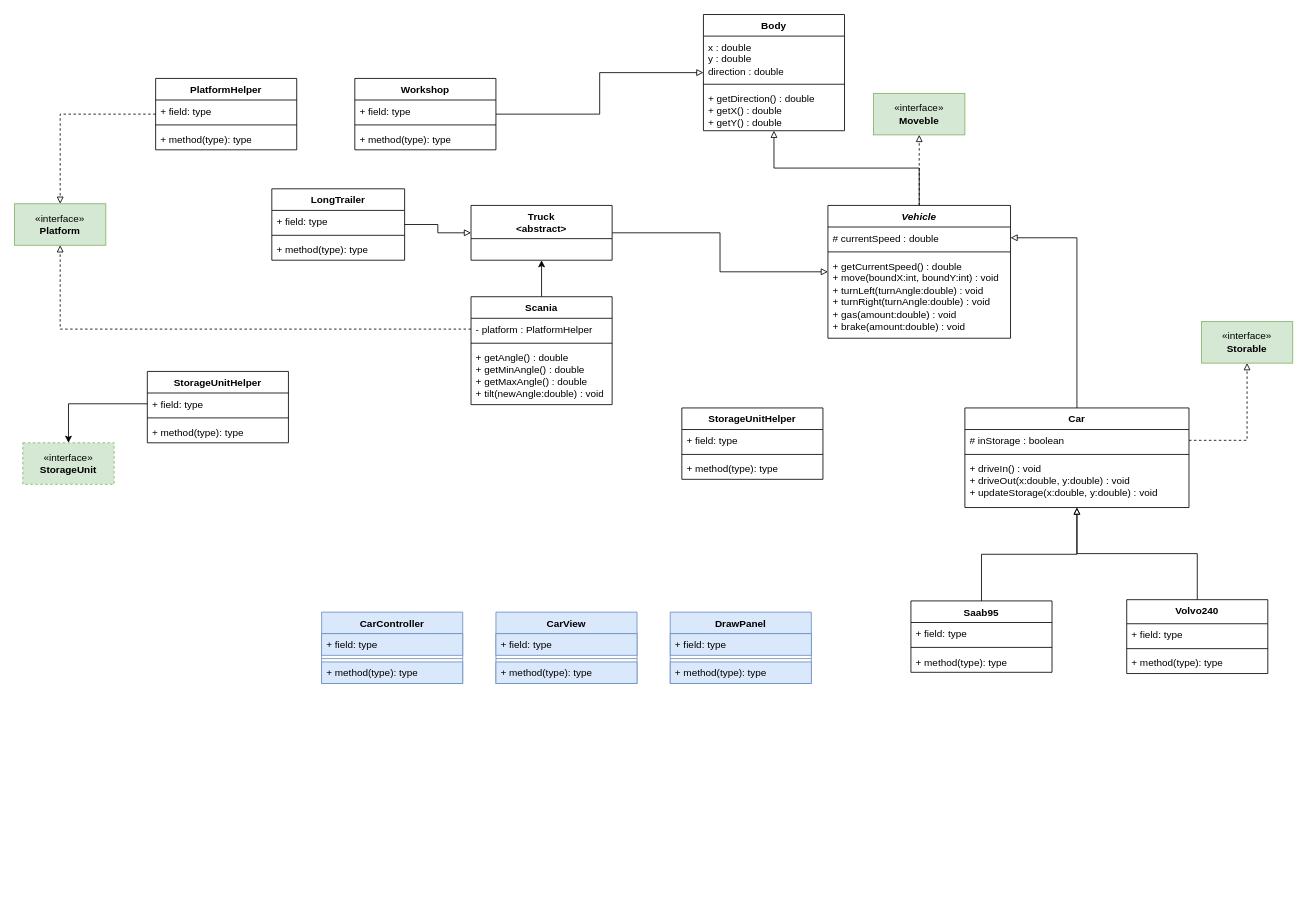
Before: Labb3pre.drawio in ErikFogelstrand/lab1-riktig, a draw.io diagram. Source tidied: cells renumbered, new cells numbered last; positions are measured from the earlier drawing's top-left corner, leaving out a move shared by most shapes. Both pictures are drawn from the tidied source at 83%, with x=0, y=0 at pixel (14, 14).
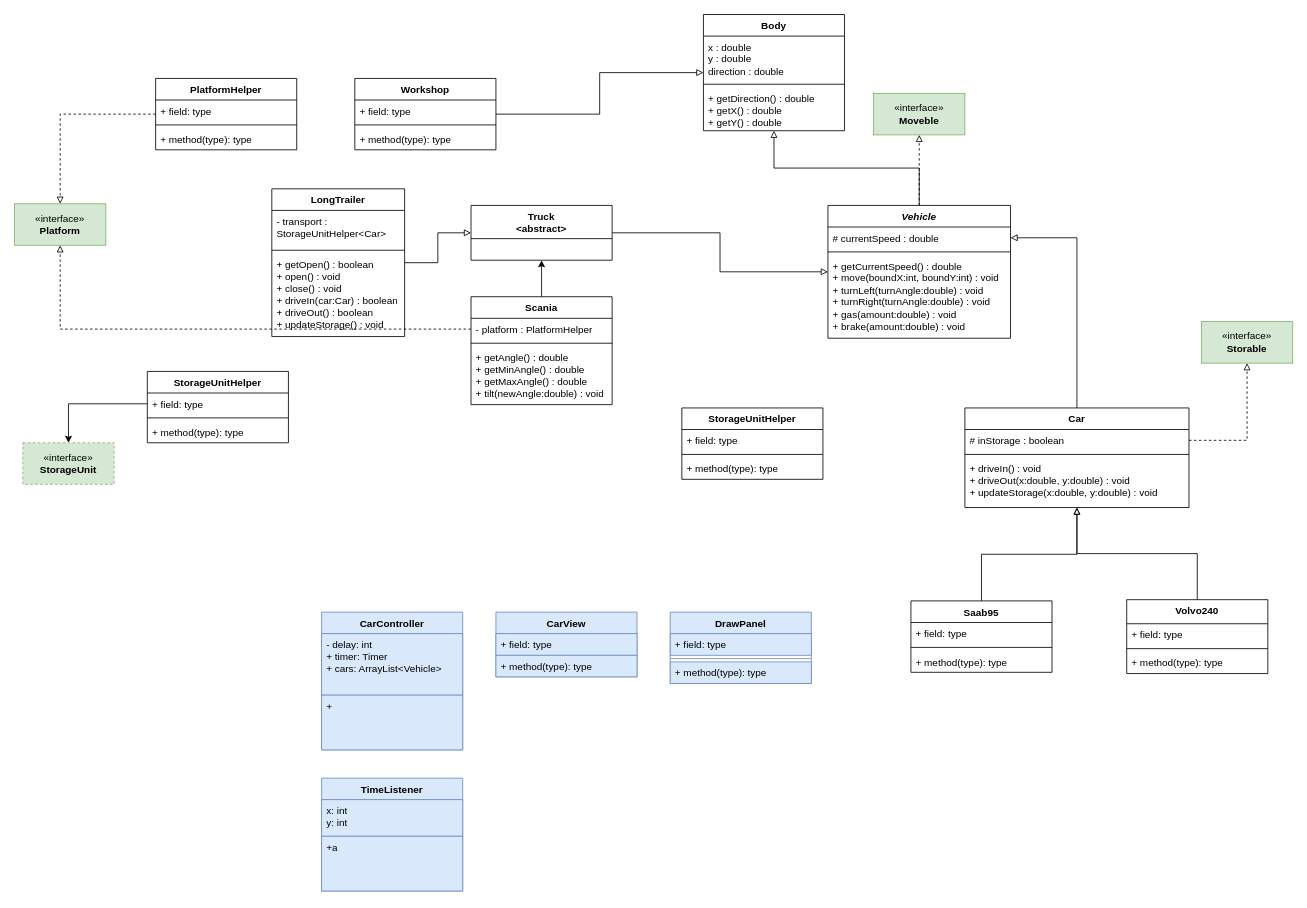
The same page after the edit.

The edit, as a diff of the source:
```diff
@@
     <mxCell id="11" value="CarController" style="swimlane;fontStyle=1;align=center;verticalAlign=top;horizontal=1;startSize=26;whiteSpace=wrap;html=1;fillColor=#dae8fc;strokeColor=#6c8ebf;" parent="1" vertex="1">
-      <mxGeometry x="370" y="720" width="170" height="86" as="geometry" />
+      <mxGeometry x="370" y="720" width="170" height="166" as="geometry" />
     </mxCell>
-    <mxCell id="12" value="+ field: type" style="text;strokeColor=#6c8ebf;fillColor=#dae8fc;align=left;verticalAlign=top;spacingLeft=4;spacingRight=4;overflow=hidden;whiteSpace=wrap;html=1;" parent="11" vertex="1">
-      <mxGeometry y="26" width="170" height="26" as="geometry" />
+    <mxCell id="12" value="&lt;div&gt;- delay: int&lt;/div&gt;&lt;div&gt;+ timer: Timer&lt;/div&gt;&lt;div&gt;+ cars: ArrayList&amp;lt;Vehicle&amp;gt;&lt;br&gt;&lt;/div&gt;" style="text;strokeColor=#6c8ebf;fillColor=#dae8fc;align=left;verticalAlign=top;spacingLeft=4;spacingRight=4;overflow=hidden;whiteSpace=wrap;html=1;" parent="11" vertex="1">
+      <mxGeometry y="26" width="170" height="74" as="geometry" />
     </mxCell>
-    <mxCell id="13" style="line;strokeWidth=1;fillColor=#dae8fc;align=left;verticalAlign=middle;spacingTop=-1;spacingLeft=3;spacingRight=3;labelPosition=right;strokeColor=#6c8ebf;" parent="11" vertex="1">
-      <mxGeometry y="52" width="170" height="8" as="geometry" />
-    </mxCell>
-    <mxCell id="14" value="+ method(type): type" style="text;strokeColor=#6c8ebf;fillColor=#dae8fc;align=left;verticalAlign=top;spacingLeft=4;spacingRight=4;overflow=hidden;whiteSpace=wrap;html=1;" parent="11" vertex="1">
-      <mxGeometry y="60" width="170" height="26" as="geometry" />
+    <mxCell id="14" value="+ " style="text;strokeColor=#6c8ebf;fillColor=#dae8fc;align=left;verticalAlign=top;spacingLeft=4;spacingRight=4;overflow=hidden;whiteSpace=wrap;html=1;" parent="11" vertex="1">
+      <mxGeometry y="100" width="170" height="66" as="geometry" />
     </mxCell>
     <mxCell id="15" value="CarView" style="swimlane;fontStyle=1;align=center;verticalAlign=top;horizontal=1;startSize=26;whiteSpace=wrap;html=1;fillColor=#dae8fc;strokeColor=#6c8ebf;" parent="1" vertex="1">
-      <mxGeometry x="580" y="720" width="170" height="86" as="geometry" />
+      <mxGeometry x="580" y="720" width="170" height="78" as="geometry" />
     </mxCell>
@@
-    <mxCell id="17" style="line;strokeWidth=1;fillColor=#dae8fc;align=left;verticalAlign=middle;spacingTop=-1;spacingLeft=3;spacingRight=3;labelPosition=right;strokeColor=#6c8ebf;" parent="15" vertex="1">
-      <mxGeometry y="52" width="170" height="8" as="geometry" />
-    </mxCell>
     <mxCell id="18" value="+ method(type): type" style="text;strokeColor=#6c8ebf;fillColor=#dae8fc;align=left;verticalAlign=top;spacingLeft=4;spacingRight=4;overflow=hidden;whiteSpace=wrap;html=1;" parent="15" vertex="1">
-      <mxGeometry y="60" width="170" height="26" as="geometry" />
+      <mxGeometry y="52" width="170" height="26" as="geometry" />
     </mxCell>
@@
     <mxCell id="71" value="&lt;div&gt;LongTrailer&lt;/div&gt;" style="swimlane;fontStyle=1;align=center;verticalAlign=top;horizontal=1;startSize=26;whiteSpace=wrap;html=1;" parent="1" vertex="1">
-      <mxGeometry x="310" y="210" width="160" height="86" as="geometry" />
+      <mxGeometry x="310" y="210" width="160" height="178" as="geometry" />
     </mxCell>
-    <mxCell id="72" value="+ field: type" style="text;strokeColor=none;fillColor=none;align=left;verticalAlign=top;spacingLeft=4;spacingRight=4;overflow=hidden;whiteSpace=wrap;html=1;" parent="71" vertex="1">
-      <mxGeometry y="26" width="160" height="26" as="geometry" />
+    <mxCell id="72" value="- transport : StorageUnitHelper&amp;lt;Car&amp;gt;" style="text;strokeColor=none;fillColor=none;align=left;verticalAlign=top;spacingLeft=4;spacingRight=4;overflow=hidden;whiteSpace=wrap;html=1;" parent="71" vertex="1">
+      <mxGeometry y="26" width="160" height="44" as="geometry" />
     </mxCell>
     <mxCell id="73" style="line;strokeWidth=1;fillColor=none;align=left;verticalAlign=middle;spacingTop=-1;spacingLeft=3;spacingRight=3;labelPosition=right;strokeColor=inherit;" parent="71" vertex="1">
-      <mxGeometry y="52" width="160" height="8" as="geometry" />
+      <mxGeometry y="70" width="160" height="8" as="geometry" />
     </mxCell>
-    <mxCell id="74" value="+ method(type): type" style="text;strokeColor=none;fillColor=none;align=left;verticalAlign=top;spacingLeft=4;spacingRight=4;overflow=hidden;whiteSpace=wrap;html=1;" parent="71" vertex="1">
-      <mxGeometry y="60" width="160" height="26" as="geometry" />
+    <mxCell id="74" value="+ getOpen() : boolean&lt;br&gt;+ open() : void&lt;br&gt;+ close() : void&lt;br&gt;+ driveIn(car:Car) : boolean&lt;br&gt;+ driveOut() : boolean&lt;br&gt;+ updateStorage() : void" style="text;strokeColor=none;fillColor=none;align=left;verticalAlign=top;spacingLeft=4;spacingRight=4;overflow=hidden;whiteSpace=wrap;html=1;" parent="71" vertex="1">
+      <mxGeometry y="78" width="160" height="100" as="geometry" />
     </mxCell>
@@
+    <mxCell id="76" value="TimeListener" style="swimlane;fontStyle=1;align=center;verticalAlign=top;horizontal=1;startSize=26;whiteSpace=wrap;html=1;fillColor=#dae8fc;strokeColor=#6c8ebf;" parent="1" vertex="1">
+      <mxGeometry x="370" y="920" width="170" height="136" as="geometry" />
+    </mxCell>
+    <mxCell id="77" value="&lt;div&gt;x: int&lt;/div&gt;&lt;div&gt;y: int&lt;br&gt;&lt;/div&gt;" style="text;strokeColor=#6c8ebf;fillColor=#dae8fc;align=left;verticalAlign=top;spacingLeft=4;spacingRight=4;overflow=hidden;whiteSpace=wrap;html=1;" parent="76" vertex="1">
+      <mxGeometry y="26" width="170" height="44" as="geometry" />
+    </mxCell>
+    <mxCell id="78" value="+a" style="text;strokeColor=#6c8ebf;fillColor=#dae8fc;align=left;verticalAlign=top;spacingLeft=4;spacingRight=4;overflow=hidden;whiteSpace=wrap;html=1;" parent="76" vertex="1">
+      <mxGeometry y="70" width="170" height="66" as="geometry" />
+    </mxCell>
```
